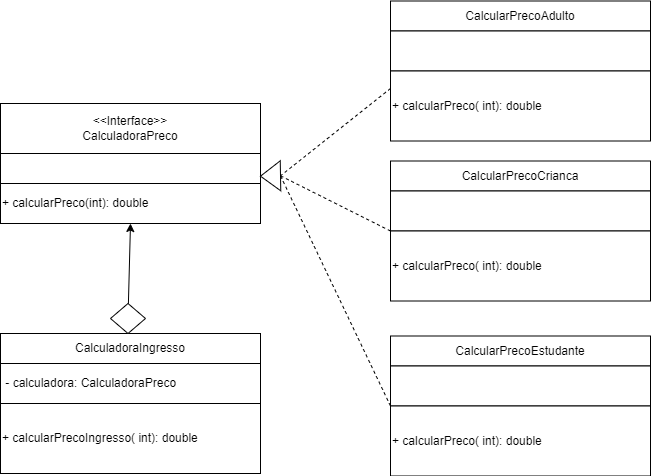
Incivius/BERTOTI keeps this draw.io diagram as Padrões de Projetos/src/strategy/Pattern/UML.drawio.png. Above is the earlier version. Source tidied: cells renumbered, new cells last; positions are measured from the earlier drawing's top-left corner, leaving out a move shared by most shapes.
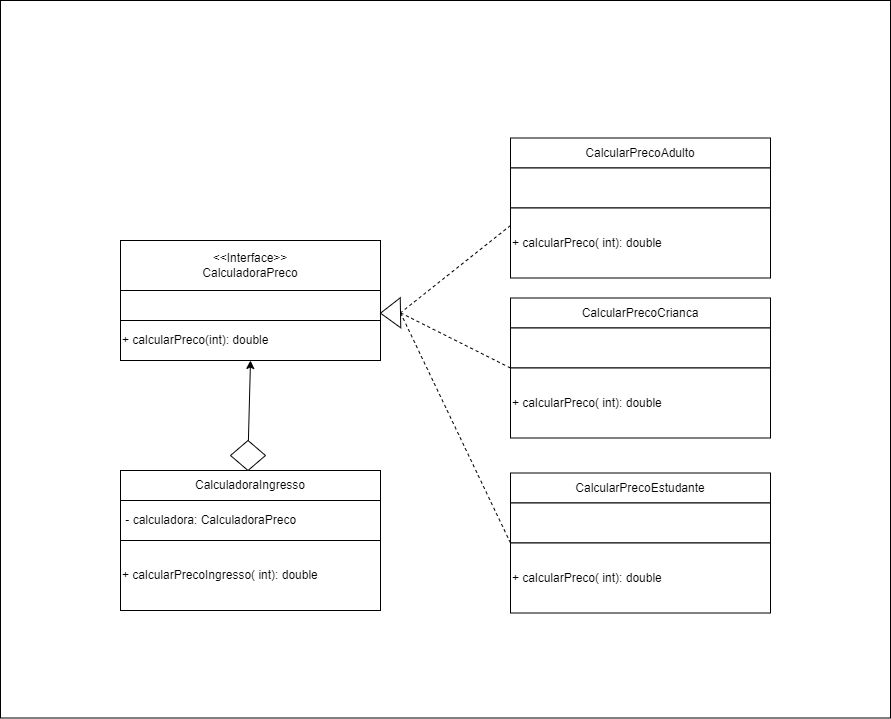
Above is the later version.

The edit, as a diff of the source:
```diff
@@ -2,6 +2,9 @@
   <root>
     <mxCell id="0" />
     <mxCell id="1" parent="0" />
+    <mxCell id="23" style="rounded=0;whiteSpace=wrap;html=1;" parent="1" vertex="1">
+      <mxGeometry x="-120" y="-138" width="890" height="717.5" as="geometry" />
+    </mxCell>
     <mxCell id="2" value="&amp;lt;&amp;lt;Interface&amp;gt;&amp;gt;&lt;br&gt;CalculadoraPreco" style="rounded=0;whiteSpace=wrap;html=1;" parent="1" vertex="1">
       <mxGeometry y="102" width="260" height="50" as="geometry" />
     </mxCell>
```
